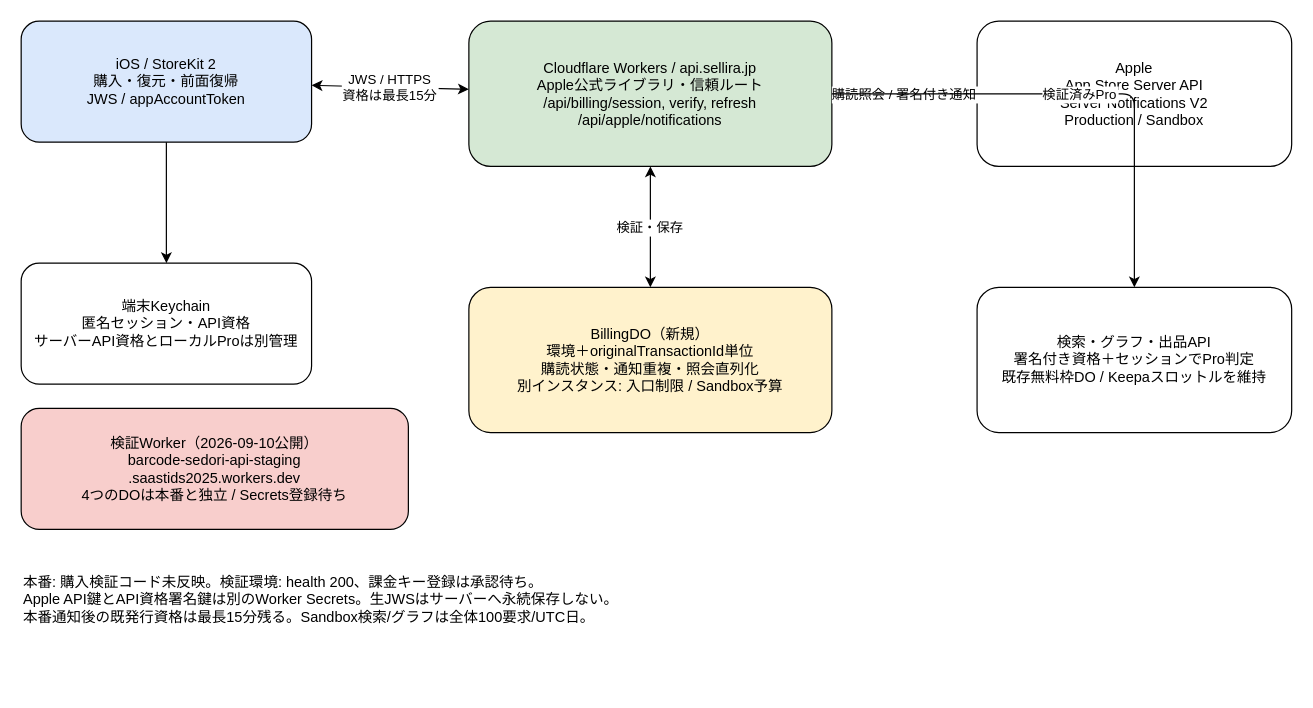
Above: page "Pro購入検証（実装済・未デプロイ）" (2 of 2) of docs/infra.drawio in yuriasu2/-barcode_sedori (draw.io), before the change. Source tidied: cells renumbered, new cells numbered last; positions are measured from the earlier drawing's top-left corner, leaving out a move shared by most shapes. Both pictures are drawn from the tidied source at 121%, with x=0, y=0 at pixel (21, 21).
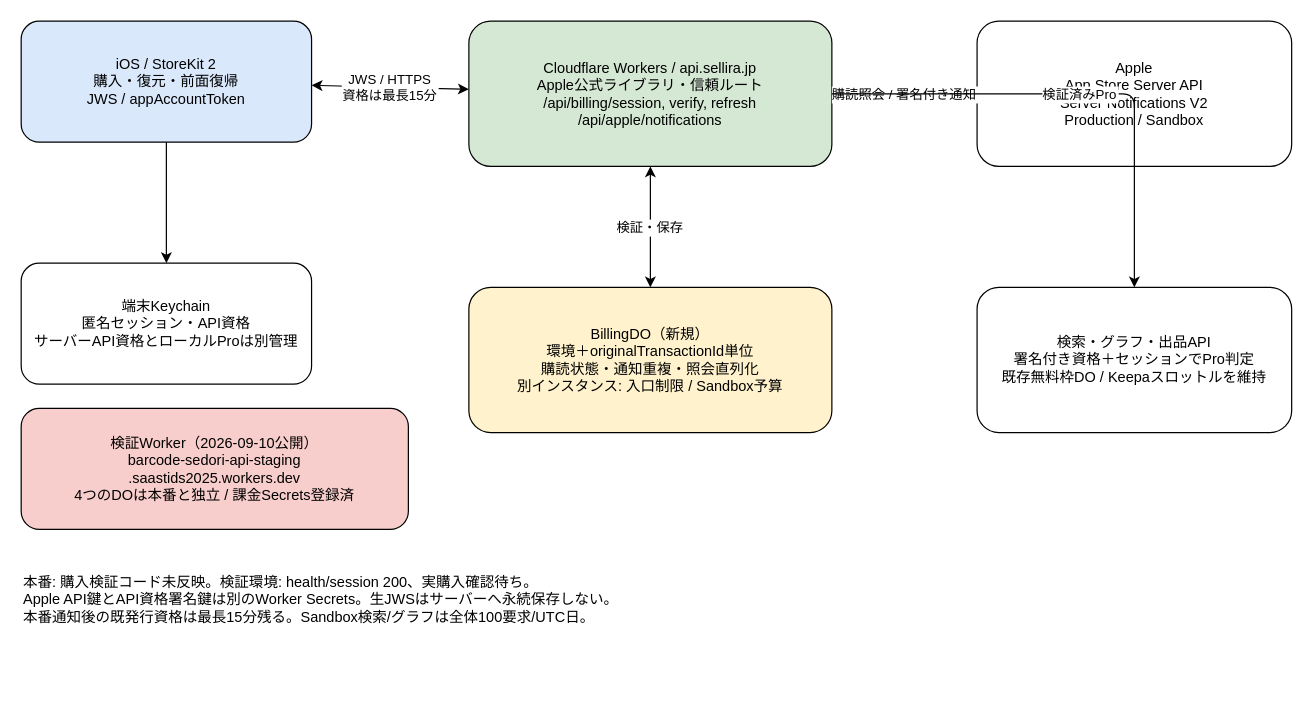
Above is the later version.

Commit message (it also covers changes not shown here):
Record successful staging billing secret setup and checks

Change to the diagram source:
```diff
@@
 <mxGraphModel>
   <root>
     <mxCell id="0" />
     <mxCell id="1" parent="0" />
     <mxCell id="2" value="iOS / StoreKit 2&#10;購入・復元・前面復帰&#10;JWS / appAccountToken" style="rounded=1;whiteSpace=wrap;html=1;fillColor=#dae8fc;" parent="1" vertex="1">
       <mxGeometry width="240" height="100" as="geometry" />
     </mxCell>
     <mxCell id="3" value="端末Keychain&#10;匿名セッション・API資格&#10;サーバーAPI資格とローカルProは別管理" style="rounded=1;whiteSpace=wrap;html=1;" parent="1" vertex="1">
       <mxGeometry y="200" width="240" height="100" as="geometry" />
     </mxCell>
     <mxCell id="4" value="Cloudflare Workers / api.sellira.jp&#10;Apple公式ライブラリ・信頼ルート&#10;/api/billing/session, verify, refresh&#10;/api/apple/notifications" style="rounded=1;whiteSpace=wrap;html=1;fillColor=#d5e8d4;" parent="1" vertex="1">
       <mxGeometry x="370" width="300" height="120" as="geometry" />
     </mxCell>
     <mxCell id="5" value="BillingDO（新規）&#10;環境＋originalTransactionId単位&#10;購読状態・通知重複・照会直列化&#10;別インスタンス: 入口制限 / Sandbox予算" style="rounded=1;whiteSpace=wrap;html=1;fillColor=#fff2cc;" parent="1" vertex="1">
       <mxGeometry x="370" y="220" width="300" height="120" as="geometry" />
     </mxCell>
     <mxCell id="6" value="Apple&#10;App Store Server API&#10;Server Notifications V2&#10;Production / Sandbox" style="rounded=1;whiteSpace=wrap;html=1;" parent="1" vertex="1">
       <mxGeometry x="790" width="260" height="120" as="geometry" />
     </mxCell>
     <mxCell id="7" value="検索・グラフ・出品API&#10;署名付き資格＋セッションでPro判定&#10;既存無料枠DO / Keepaスロットルを維持" style="rounded=1;whiteSpace=wrap;html=1;" parent="1" vertex="1">
       <mxGeometry x="790" y="220" width="260" height="120" as="geometry" />
     </mxCell>
     <mxCell id="8" value="JWS / HTTPS&#10;資格は最長15分" style="endArrow=classic;startArrow=classic;" parent="1" edge="1" source="2" target="4">
       <mxGeometry relative="1" as="geometry" />
     </mxCell>
     <mxCell id="9" style="endArrow=classic;" parent="1" edge="1" source="2" target="3">
       <mxGeometry relative="1" as="geometry" />
     </mxCell>
     <mxCell id="10" value="検証・保存" style="endArrow=classic;startArrow=classic;" parent="1" edge="1" source="4" target="5">
       <mxGeometry relative="1" as="geometry" />
     </mxCell>
     <mxCell id="11" value="購読照会 / 署名付き通知" style="endArrow=classic;startArrow=classic;" parent="1" edge="1" source="4" target="6">
       <mxGeometry relative="1" as="geometry" />
     </mxCell>
     <mxCell id="12" value="検証済みPro" style="endArrow=classic;edgeStyle=orthogonalEdgeStyle;" parent="1" edge="1" source="4" target="7">
       <mxGeometry relative="1" as="geometry" />
     </mxCell>
-    <mxCell id="13" value="検証Worker（2026-09-10公開）&#10;barcode-sedori-api-staging&#10;.saastids2025.workers.dev&#10;4つのDOは本番と独立 / Secrets登録待ち" style="rounded=1;whiteSpace=wrap;html=1;fillColor=#f8cecc;" parent="1" vertex="1">
+    <mxCell id="13" value="検証Worker（2026-09-10公開）&#10;barcode-sedori-api-staging&#10;.saastids2025.workers.dev&#10;4つのDOは本番と独立 / 課金Secrets登録済" style="rounded=1;whiteSpace=wrap;html=1;fillColor=#f8cecc;" parent="1" vertex="1">
       <mxGeometry y="320" width="320" height="100" as="geometry" />
     </mxCell>
-    <mxCell id="14" value="本番: 購入検証コード未反映。検証環境: health 200、課金キー登録は承認待ち。&#10;Apple API鍵とAPI資格署名鍵は別のWorker Secrets。生JWSはサーバーへ永続保存しない。&#10;本番通知後の既発行資格は最長15分残る。Sandbox検索/グラフは全体100要求/UTC日。" style="text;whiteSpace=wrap;html=1;" parent="1" vertex="1">
+    <mxCell id="14" value="本番: 購入検証コード未反映。検証環境: health/session 200、実購入確認待ち。&#10;Apple API鍵とAPI資格署名鍵は別のWorker Secrets。生JWSはサーバーへ永続保存しない。&#10;本番通知後の既発行資格は最長15分残る。Sandbox検索/グラフは全体100要求/UTC日。" style="text;whiteSpace=wrap;html=1;" parent="1" vertex="1">
       <mxGeometry y="450" width="1050" height="100" as="geometry" />
     </mxCell>
   </root>
 </mxGraphModel>
```
